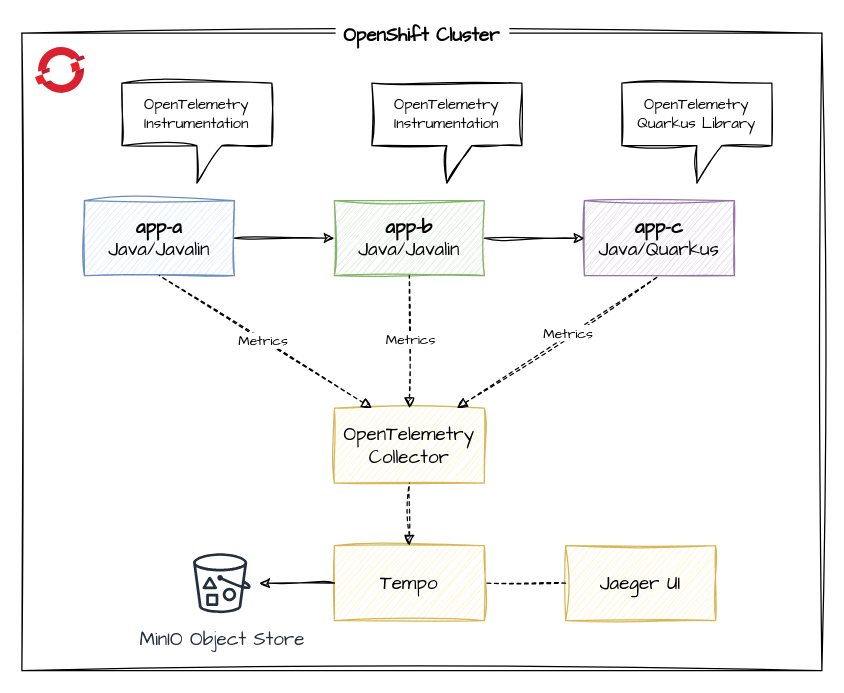
Before: page "tempo-jaeger" (6 of 6) of presentation/draws.drawio in nikolaus-lemberski/distributed-tracing, a draw.io diagram. Source tidied: cells renumbered, new cells numbered last; positions are measured from the earlier drawing's top-left corner, leaving out a move shared by most shapes. Both pictures are drawn from the tidied source at 125%, with x=0, y=0 at pixel (21, 32).
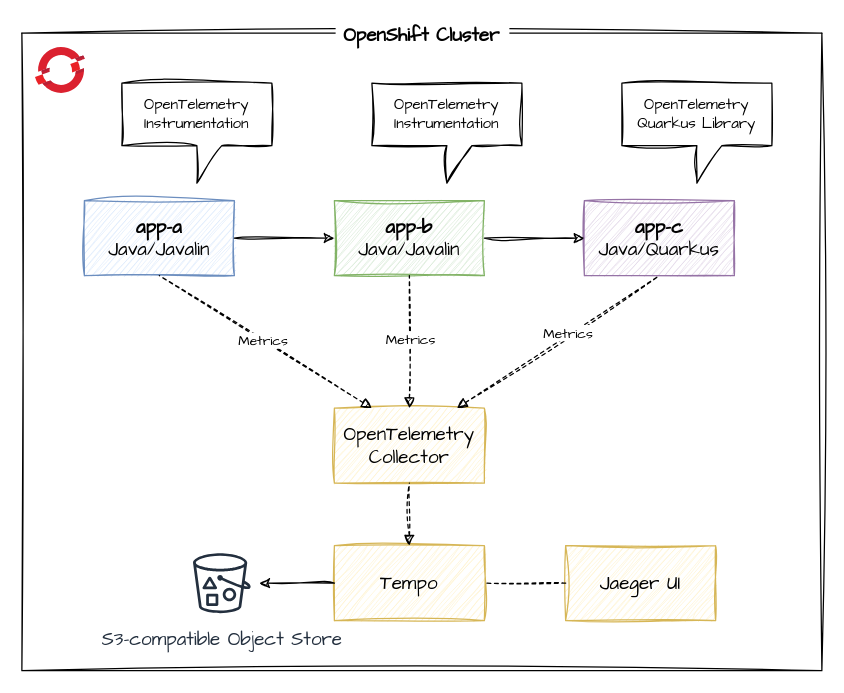
After the change.

The change refers to these unchanged cells:
```xml
<mxCell id="21" value=" OpenShift Cluster " style="swimlane;startSize=0;sketch=1;hachureGap=4;jiggle=2;curveFitting=1;fontFamily=Architects Daughter;labelBackgroundColor=default;fontSize=15;" parent="1" vertex="1">
  <mxGeometry width="640" height="510" as="geometry" />
</mxCell>
```

Change to the diagram source:
```diff
@@
-    <mxCell id="23" value="&lt;font style=&quot;font-size: 15px;&quot;&gt;MinIO Object Store&lt;/font&gt;" style="sketch=0;outlineConnect=0;fontColor=#232F3E;gradientColor=none;strokeColor=#232F3E;fillColor=#ffffff;dashed=0;verticalLabelPosition=bottom;verticalAlign=top;align=center;html=1;fontSize=12;fontStyle=0;shape=mxgraph.aws4.resourceIcon;resIcon=mxgraph.aws4.bucket_with_objects;hachureGap=4;jiggle=2;curveFitting=1;fontFamily=Architects Daughter;" parent="21" vertex="1">
+    <mxCell id="23" value="&lt;font style=&quot;font-size: 15px;&quot;&gt;S3-compatible Object Store&lt;/font&gt;" style="sketch=0;outlineConnect=0;fontColor=#232F3E;gradientColor=none;strokeColor=#232F3E;fillColor=#ffffff;dashed=0;verticalLabelPosition=bottom;verticalAlign=top;align=center;html=1;fontSize=12;fontStyle=0;shape=mxgraph.aws4.resourceIcon;resIcon=mxgraph.aws4.bucket_with_objects;hachureGap=4;jiggle=2;curveFitting=1;fontFamily=Architects Daughter;" parent="21" vertex="1">
       <mxGeometry x="130" y="410" width="60" height="60" as="geometry" />
     </mxCell>
```
